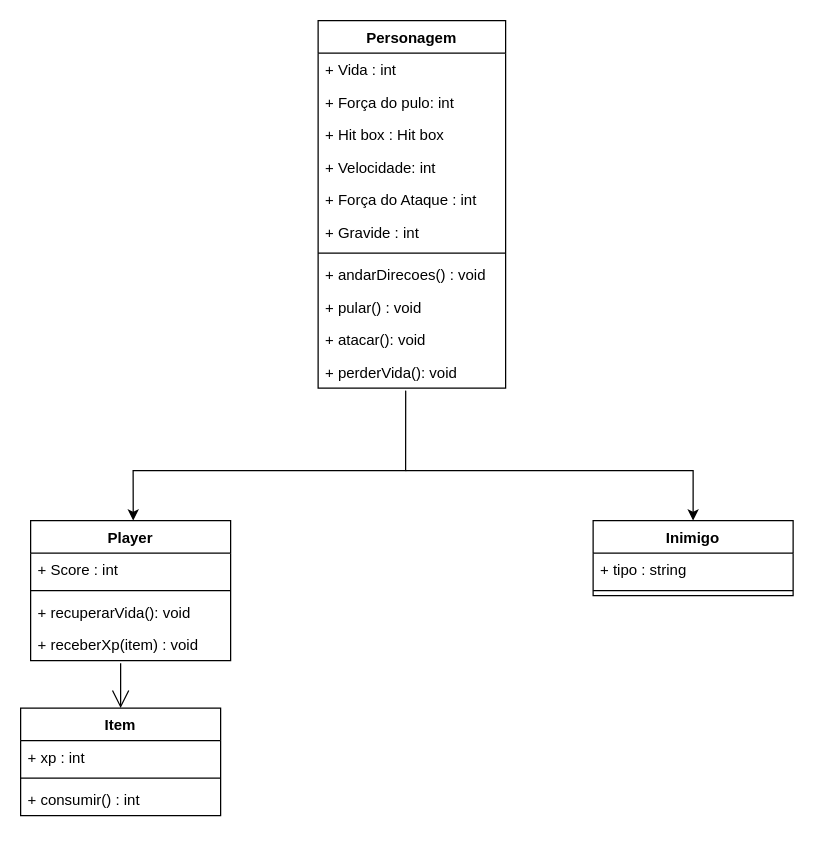
AIC-IV/back-end keeps this draw.io diagram as aicIV.drawio. Above is the earlier version. Source tidied: cells renumbered, new cells numbered last; positions are measured from the earlier drawing's top-left corner, leaving out a move shared by most shapes. Both pictures are drawn from the tidied source at 125%, with x=0, y=0 at pixel (20, 20).
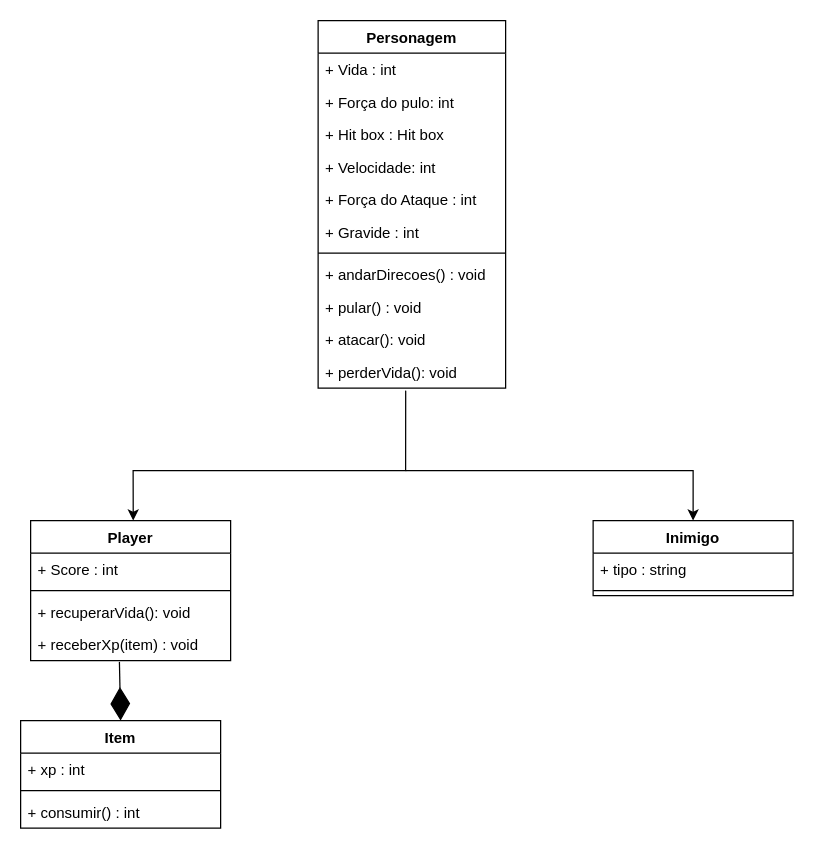
The same page after the edit.

Unchanged cells that the change refers to:
```xml
<mxCell id="27" value="+ receberXp(item) : void" style="text;strokeColor=none;fillColor=none;align=left;verticalAlign=top;spacingLeft=4;spacingRight=4;overflow=hidden;points=[[0,0.5],[1,0.5]];portConstraint=eastwest;" parent="23" vertex="1">
  <mxGeometry y="86" width="160" height="26" as="geometry" />
</mxCell>
```

Change to the diagram source:
```diff
@@
     <mxCell id="19" value="Item" style="swimlane;fontStyle=1;align=center;verticalAlign=top;horizontal=1;startSize=26;" parent="1" vertex="1">
-      <mxGeometry y="550" width="160" height="86" as="geometry" />
+      <mxGeometry y="560" width="160" height="86" as="geometry" />
     </mxCell>
@@
-    <mxCell id="28" style="endArrow=open;endFill=1;endSize=12;html=1;rounded=0;exitX=0.45;exitY=1.077;exitDx=0;exitDy=0;exitPerimeter=0;entryX=0.5;entryY=0;entryDx=0;entryDy=0;" parent="1" edge="1" source="27" target="19">
+    <mxCell id="28" style="endArrow=diamondThin;endFill=1;endSize=24;html=1;rounded=0;exitX=0.444;exitY=1.038;exitDx=0;exitDy=0;exitPerimeter=0;entryX=0.5;entryY=0;entryDx=0;entryDy=0;" parent="1" edge="1" source="27" target="19">
       <mxGeometry relative="1" as="geometry" />
     </mxCell>
```
